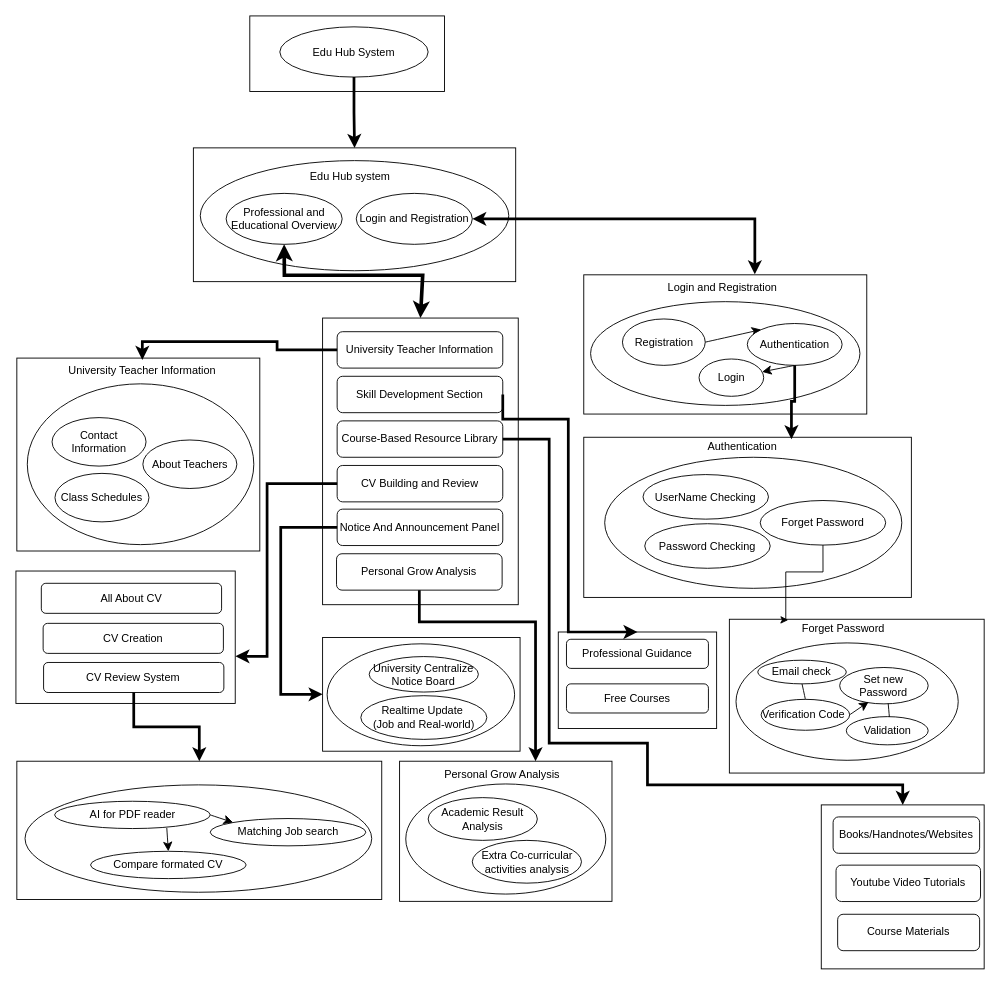
Earlier version of the draw.io diagram Untitled Diagram.drawio (msahid-cse/Low-level-design). Source tidied: cells renumbered, new cells numbered last; positions are measured from the earlier drawing's top-left corner, leaving out a move shared by most shapes. Both pictures are drawn from the tidied source at 91%, with x=0, y=0 at pixel (15, 15).
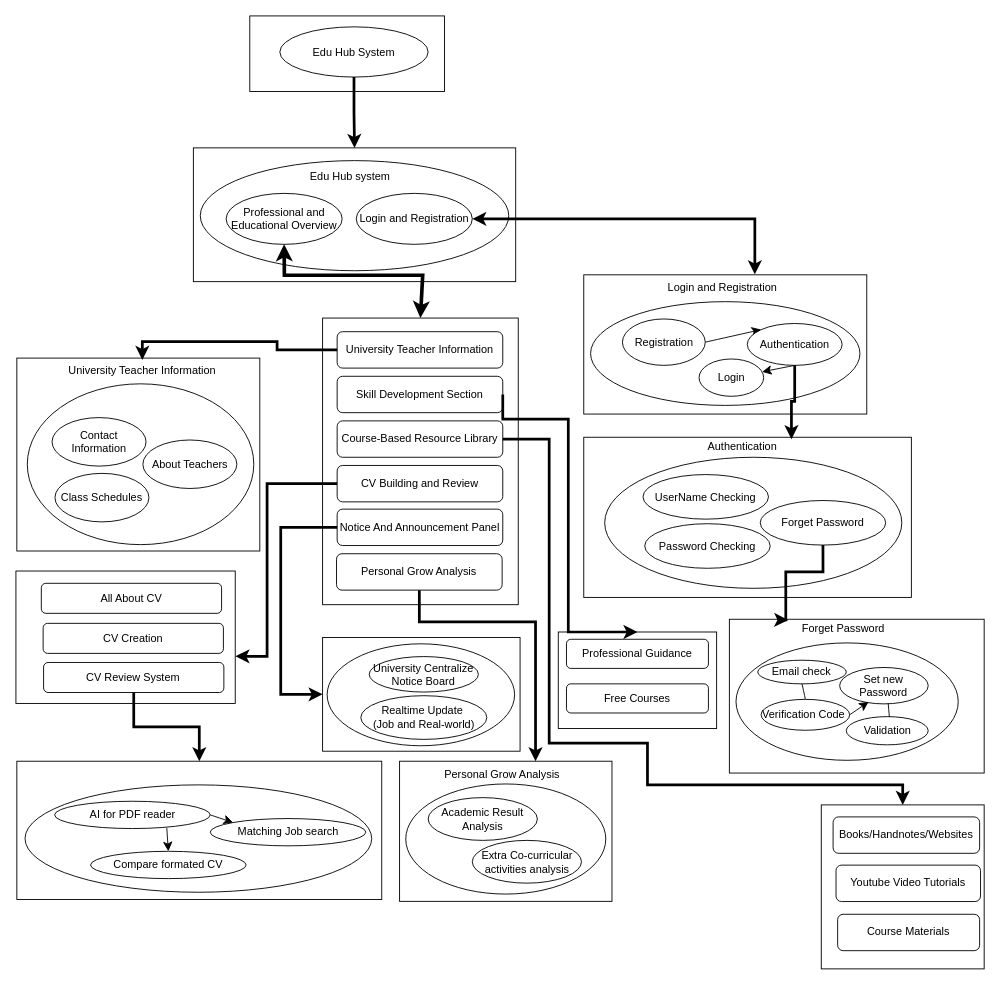
After the change.

Unchanged cells that the change refers to:
```xml
<mxCell id="18" value="Forget Password" style="ellipse;whiteSpace=wrap;html=1;" parent="13" vertex="1">
  <mxGeometry x="193.9" y="74.5" width="137.9" height="49" as="geometry" />
</mxCell>
<mxCell id="21" style="whiteSpace=wrap;html=1;" parent="20" vertex="1">
  <mxGeometry y="4" width="280" height="169" as="geometry" />
</mxCell>
```

What changed in the source:
```diff
@@
-    <mxCell id="93" style="edgeStyle=orthogonalEdgeStyle;rounded=0;jettySize=auto;html=1;exitX=0.5;exitY=1;exitDx=0;exitDy=0;entryX=0.231;entryY=0.005;entryDx=0;entryDy=0;entryPerimeter=0;" parent="1" edge="1" source="18" target="21">
+    <mxCell id="93" style="edgeStyle=orthogonalEdgeStyle;rounded=0;jettySize=auto;html=1;exitX=0.5;exitY=1;exitDx=0;exitDy=0;entryX=0.231;entryY=0.005;entryDx=0;entryDy=0;entryPerimeter=0;strokeWidth=3;" parent="1" edge="1" source="18" target="21">
       <mxGeometry relative="1" as="geometry">
         <Array as="points">
           <mxPoint x="887" y="611" />
           <mxPoint x="846" y="611" />
           <mxPoint x="846" y="664" />
         </Array>
       </mxGeometry>
     </mxCell>
```
